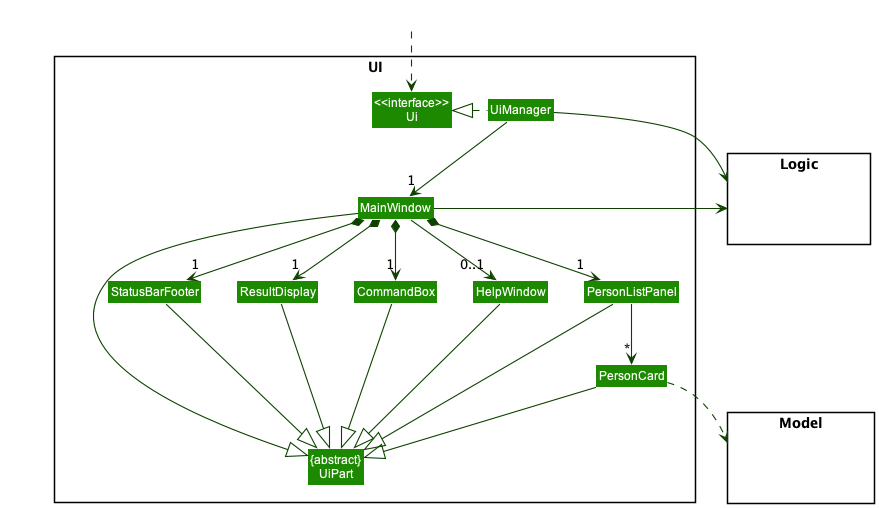
nus-cs2103-AY2223S1/tp keeps this PlantUML diagram as docs/images/UiClassDiagram.png. Above is the earlier version.
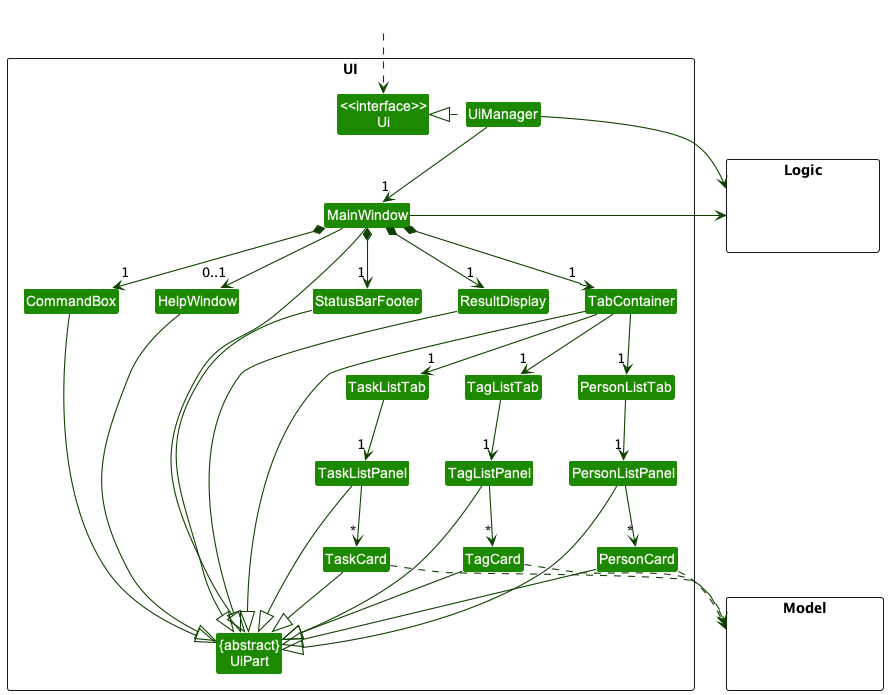
The same file after the commit.

The edit, as a diff of the source:
```diff
@@ -11,8 +11,16 @@
 Class MainWindow
 Class HelpWindow
 Class ResultDisplay
+Class TabContainer
+Class PersonListTab
 Class PersonListPanel
 Class PersonCard
+Class TaskListTab
+Class TaskListPanel
+Class TaskCard
+Class TagListTab
+Class TagListPanel
+Class TagCard
 Class StatusBarFooter
 Class CommandBox
 }
@@ -32,29 +40,53 @@
 UiManager -down-> "1" MainWindow
 MainWindow *-down->  "1" CommandBox
 MainWindow *-down-> "1" ResultDisplay
-MainWindow *-down-> "1" PersonListPanel
+MainWindow *-down-> "1" TabContainer
 MainWindow *-down-> "1" StatusBarFooter
 MainWindow --> "0..1" HelpWindow
 
+TabContainer -down-> "1" PersonListTab
+TabContainer -down-> "1" TaskListTab
+TabContainer -down-> "1" TagListTab
+
+PersonListTab -down-> "1" PersonListPanel
 PersonListPanel -down-> "*" PersonCard
+
+TaskListTab -down-> "1" TaskListPanel
+TaskListPanel -down-> "*" TaskCard
+
+TagListTab -down-> "1" TagListPanel
+TagListPanel -down-> "*" TagCard
 
 MainWindow -left-|> UiPart
 
 ResultDisplay --|> UiPart
 CommandBox --|> UiPart
+TabContainer --|> UiPart
 PersonListPanel --|> UiPart
 PersonCard --|> UiPart
+TaskListPanel --|> UiPart
+TaskCard --|> UiPart
+TagListPanel --|> UiPart
+TagCard --|> UiPart
 StatusBarFooter --|> UiPart
 HelpWindow --|> UiPart
 
 PersonCard ..> Model
+TaskCard ..> Model
+TagCard ..> Model
 UiManager -right-> Logic
 MainWindow -left-> Logic
 
-PersonListPanel -[hidden]left- HelpWindow
+TabContainer -[hidden]left- HelpWindow
 HelpWindow -[hidden]left- CommandBox
 CommandBox -[hidden]left- ResultDisplay
 ResultDisplay -[hidden]left- StatusBarFooter
+TaskListTab -[hidden]left- PersonListTab
+TagListTab -[hidden]left- TaskListTab
+TaskListPanel -[hidden]left- PersonListPanel
+TagListPanel -[hidden]left- TaskListPanel
+TaskCard -[hidden]left- PersonCard
+TagCard -[hidden]left- TaskCard
 
 MainWindow -[hidden]-|> UiPart
 @enduml
```
